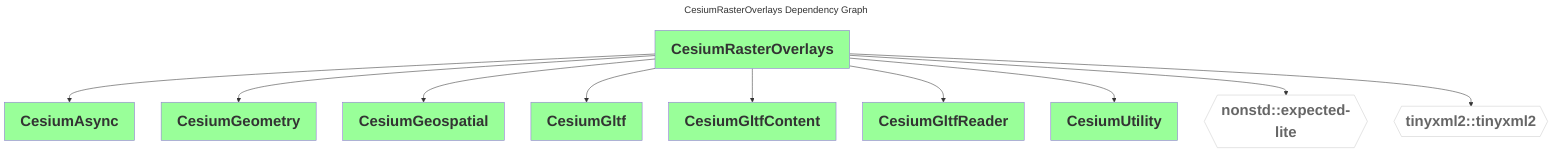
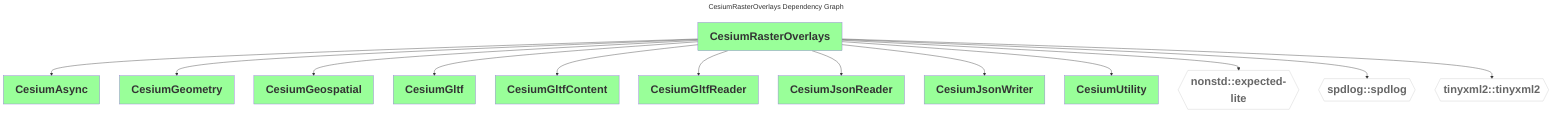
---
comment: This file was generated by dep-graph-gen. DO NOT EDIT THIS FILE!

title: CesiumRasterOverlays Dependency Graph
---
graph TD
  classDef dependencyNode fill:#fff,stroke:#ccc,color:#666,font-weight:bold,font-size:28px
  classDef libraryNode fill:#9f9,font-weight:bold,font-size:28px
  CesiumRasterOverlays[CesiumRasterOverlays] --> CesiumAsync[CesiumAsync]
  CesiumRasterOverlays[CesiumRasterOverlays] --> CesiumGeometry[CesiumGeometry]
  CesiumRasterOverlays[CesiumRasterOverlays] --> CesiumGeospatial[CesiumGeospatial]
  CesiumRasterOverlays[CesiumRasterOverlays] --> CesiumGltf[CesiumGltf]
  CesiumRasterOverlays[CesiumRasterOverlays] --> CesiumGltfContent[CesiumGltfContent]
  CesiumRasterOverlays[CesiumRasterOverlays] --> CesiumGltfReader[CesiumGltfReader]
+   CesiumRasterOverlays[CesiumRasterOverlays] --> CesiumJsonReader[CesiumJsonReader]
+   CesiumRasterOverlays[CesiumRasterOverlays] --> CesiumJsonWriter[CesiumJsonWriter]
  CesiumRasterOverlays[CesiumRasterOverlays] --> CesiumUtility[CesiumUtility]
  CesiumRasterOverlays[CesiumRasterOverlays] --> nonstd_expected-lite{{nonstd::expected-lite}}
+   CesiumRasterOverlays[CesiumRasterOverlays] --> spdlog_spdlog{{spdlog::spdlog}}
  CesiumRasterOverlays[CesiumRasterOverlays] --> tinyxml2_tinyxml2{{tinyxml2::tinyxml2}}
-   class nonstd_expected-lite,tinyxml2_tinyxml2 dependencyNode
-   class CesiumAsync,CesiumGeometry,CesiumGeospatial,CesiumGltf,CesiumGltfContent,CesiumGltfReader,CesiumUtility,CesiumRasterOverlays libraryNode
+   class nonstd_expected-lite,spdlog_spdlog,tinyxml2_tinyxml2 dependencyNode
+   class CesiumAsync,CesiumGeometry,CesiumGeospatial,CesiumGltf,CesiumGltfContent,CesiumGltfReader,CesiumJsonReader,CesiumJsonWriter,CesiumUtility,CesiumRasterOverlays libraryNode
